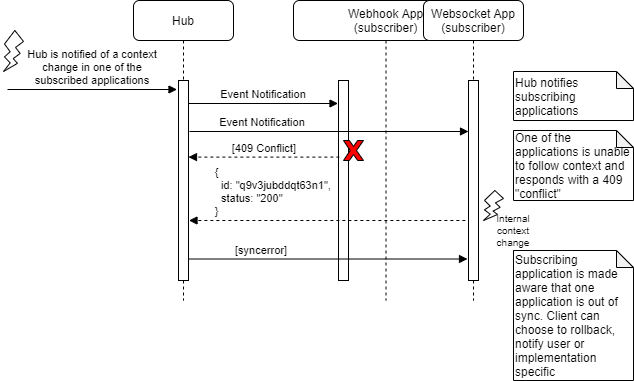
Before: docs/img/ErrorSequence.png, a diagram exported from draw.io (HL7/fhircast-docs). Source tidied: cells renumbered, new cells last; positions are measured from the earlier drawing's top-left corner, leaving out a move shared by most shapes.
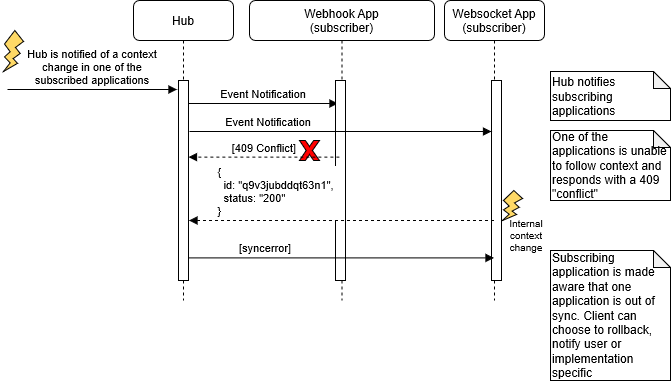
The same diagram one commit later.

Change to the diagram source:
```diff
@@ -2,12 +2,6 @@
   <root>
     <mxCell id="0" />
     <mxCell id="1" parent="0" />
-    <mxCell id="2" value="Hub" style="shape=umlLifeline;perimeter=lifelinePerimeter;rounded=1;shadow=0;strokeWidth=1;" parent="1" vertex="1">
-      <mxGeometry x="130" width="100" height="300" as="geometry" />
-    </mxCell>
-    <mxCell id="3" style="points=[];perimeter=orthogonalPerimeter;rounded=0;shadow=0;strokeWidth=1;" parent="2" vertex="1">
-      <mxGeometry x="45" y="80" width="10" height="200" as="geometry" />
-    </mxCell>
     <mxCell id="4" value="Event Notification" style="verticalAlign=bottom;endArrow=block;shadow=0;strokeWidth=1;" parent="1" edge="1">
       <mxGeometry relative="1" as="geometry">
         <mxPoint x="185" y="103" as="sourcePoint" />
@@ -15,22 +9,16 @@
       </mxGeometry>
     </mxCell>
     <mxCell id="5" value="Webhook App&#10;(subscriber)" style="shape=umlLifeline;perimeter=lifelinePerimeter;rounded=1;shadow=0;strokeWidth=1;" parent="1" vertex="1">
-      <mxGeometry x="290" width="185" height="300" as="geometry" />
+      <mxGeometry x="246" width="185" height="300" as="geometry" />
     </mxCell>
     <mxCell id="6" style="perimeter=orthogonalPerimeter;rounded=0;shadow=0;strokeWidth=1;" parent="5" vertex="1">
-      <mxGeometry x="45" y="80" width="10" height="200" as="geometry" />
+      <mxGeometry x="86" y="80" width="10" height="200" as="geometry" />
     </mxCell>
-    <mxCell id="7" value="[syncerror]" style="verticalAlign=bottom;endArrow=block;shadow=0;strokeWidth=1;" parent="5" edge="1">
-      <mxGeometry x="-0.48" relative="1" as="geometry">
-        <mxPoint x="-105" y="258.5" as="sourcePoint" />
-        <mxPoint x="174" y="258.5" as="targetPoint" />
-      </mxGeometry>
-    </mxCell>
     <mxCell id="8" style="verticalLabelPosition=bottom;verticalAlign=top;html=1;shape=mxgraph.basic.x;rounded=1;fontSize=10;fillColor=#FF0000;" parent="5" vertex="1">
       <mxGeometry x="50" y="140" width="20" height="20" as="geometry" />
     </mxCell>
     <mxCell id="9" value="Hub notifies subscribing applications" style="shape=note;whiteSpace=wrap;html=1;backgroundOutline=1;darkOpacity=0.05;rounded=1;align=left;size=17;" parent="1" vertex="1">
-      <mxGeometry x="510" y="71" width="120" height="49" as="geometry" />
+      <mxGeometry x="547" y="71" width="120" height="49" as="geometry" />
     </mxCell>
     <mxCell id="10" value="[409 Conflict]" style="verticalAlign=bottom;endArrow=block;shadow=0;strokeWidth=1;fontSize=11;entryX=1;entryY=0.435;entryDx=0;entryDy=0;entryPerimeter=0;exitX=0.086;exitY=0.435;exitDx=0;exitDy=0;exitPerimeter=0;dashed=1;" parent="1" edge="1">
       <mxGeometry relative="1" as="geometry">
@@ -44,37 +32,45 @@
         <mxPoint x="173.5" y="89" as="targetPoint" />
       </mxGeometry>
     </mxCell>
-    <mxCell id="12" style="verticalLabelPosition=bottom;verticalAlign=top;html=1;shape=mxgraph.basic.flash;rounded=1;fontSize=10;" parent="1" vertex="1">
+    <mxCell id="12" style="verticalLabelPosition=bottom;verticalAlign=top;html=1;shape=mxgraph.basic.flash;rounded=1;fontSize=10;fillColor=#FFD966;" parent="1" vertex="1">
       <mxGeometry y="30" width="20" height="41" as="geometry" />
     </mxCell>
     <mxCell id="13" value="Websocket App&#10;(subscriber)" style="shape=umlLifeline;perimeter=lifelinePerimeter;rounded=1;shadow=0;strokeWidth=1;" parent="1" vertex="1">
-      <mxGeometry x="420" width="100" height="300" as="geometry" />
+      <mxGeometry x="441" width="100" height="300" as="geometry" />
     </mxCell>
     <mxCell id="14" style="points=[];perimeter=orthogonalPerimeter;rounded=0;shadow=0;strokeWidth=1;" parent="13" vertex="1">
-      <mxGeometry x="45" y="80" width="10" height="200" as="geometry" />
+      <mxGeometry x="47" y="80" width="10" height="200" as="geometry" />
     </mxCell>
     <mxCell id="15" value="Event Notification" style="verticalAlign=bottom;endArrow=block;shadow=0;strokeWidth=1;" parent="1" edge="1" target="14">
       <mxGeometry x="-0.48" relative="1" as="geometry">
         <mxPoint x="186" y="131" as="sourcePoint" />
       </mxGeometry>
     </mxCell>
-    <mxCell id="16" value="{&#10;  id: &quot;q9v3jubddqt63n1&quot;,&#10;  status: &quot;200&quot;&#10;}" style="verticalAlign=bottom;endArrow=block;shadow=0;strokeWidth=1;fontSize=11;exitX=0.086;exitY=0.435;exitDx=0;exitDy=0;exitPerimeter=0;dashed=1;align=left;" parent="1" edge="1">
+    <mxCell id="16" value="{&#10;  id: &quot;q9v3jubddqt63n1&quot;,&#10;  status: &quot;200&quot;&#10;}" style="verticalAlign=bottom;endArrow=block;shadow=0;strokeWidth=1;fontSize=11;dashed=1;align=left;" parent="1" edge="1" source="13">
       <mxGeometry x="0.82" relative="1" as="geometry">
-        <mxPoint x="461.9" y="220" as="sourcePoint" />
         <mxPoint x="185.5" y="220" as="targetPoint" />
       </mxGeometry>
     </mxCell>
-    <mxCell id="17" style="verticalLabelPosition=bottom;verticalAlign=top;html=1;shape=mxgraph.basic.flash;rounded=1;fontSize=10;" parent="1" vertex="1">
-      <mxGeometry x="480" y="190" width="20" height="30" as="geometry" />
+    <mxCell id="17" style="verticalLabelPosition=bottom;verticalAlign=top;html=1;shape=mxgraph.basic.flash;rounded=1;fontSize=10;fillColor=#FFD966;" parent="1" vertex="1">
+      <mxGeometry x="499" y="190" width="20" height="30" as="geometry" />
     </mxCell>
     <mxCell id="18" value="Internal context change" style="text;html=1;strokeColor=none;fillColor=none;align=center;verticalAlign=middle;whiteSpace=wrap;rounded=0;fontSize=10;" parent="1" vertex="1">
-      <mxGeometry x="490" y="220" width="40" height="20" as="geometry" />
+      <mxGeometry x="503" y="225" width="40" height="20" as="geometry" />
     </mxCell>
     <mxCell id="19" value="One of the applications is unable to follow context and responds with a 409 &quot;conflict&quot;" style="shape=note;whiteSpace=wrap;html=1;backgroundOutline=1;darkOpacity=0.05;rounded=1;align=left;size=17;" parent="1" vertex="1">
-      <mxGeometry x="510" y="130" width="120" height="70" as="geometry" />
+      <mxGeometry x="547" y="130" width="120" height="70" as="geometry" />
     </mxCell>
     <mxCell id="20" value="Subscribing application is made aware that one application is out of sync. Client can choose to rollback, notify user or implementation specific" style="shape=note;whiteSpace=wrap;html=1;backgroundOutline=1;darkOpacity=0.05;rounded=1;align=left;size=17;" parent="1" vertex="1">
-      <mxGeometry x="510" y="250" width="120" height="130" as="geometry" />
+      <mxGeometry x="547" y="250" width="120" height="130" as="geometry" />
     </mxCell>
+    <mxCell id="7" value="[syncerror]" style="verticalAlign=bottom;endArrow=block;shadow=0;strokeWidth=1;exitX=0.6;exitY=0.887;exitDx=0;exitDy=0;exitPerimeter=0;" parent="1" edge="1" source="3" target="13">
+      <mxGeometry x="-0.48" relative="1" as="geometry" />
+    </mxCell>
+    <mxCell id="2" value="Hub" style="shape=umlLifeline;perimeter=lifelinePerimeter;rounded=1;shadow=0;strokeWidth=1;" parent="1" vertex="1">
+      <mxGeometry x="130" width="100" height="300" as="geometry" />
+    </mxCell>
+    <mxCell id="3" style="points=[];perimeter=orthogonalPerimeter;rounded=0;shadow=0;strokeWidth=1;" parent="2" vertex="1">
+      <mxGeometry x="45" y="80" width="10" height="200" as="geometry" />
+    </mxCell>
   </root>
 </mxGraphModel>
```
